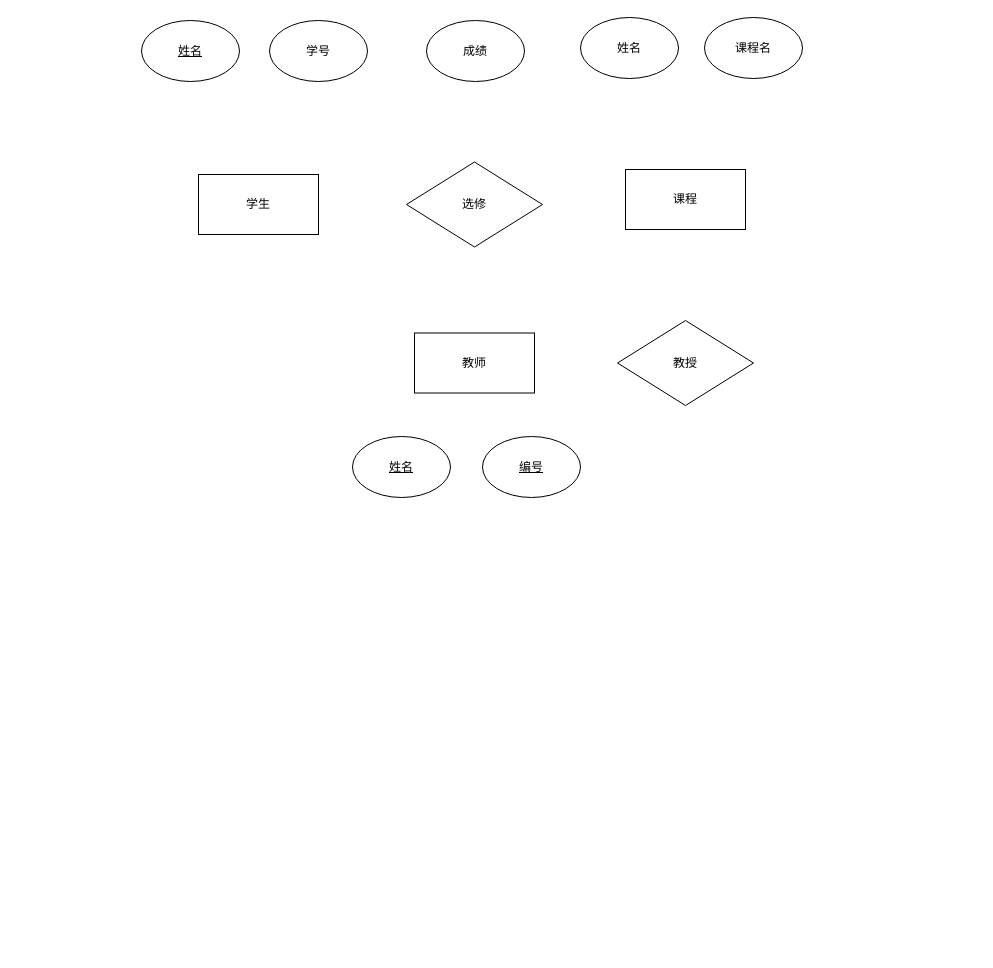
Above: page "第 6 页" (6 of 6) of UML练习.drawio in Li-cencen/UML (draw.io), before the change. Source tidied: cells renumbered, new cells numbered last; positions are measured from the earlier drawing's top-left corner, leaving out a move shared by most shapes. Both pictures are drawn from the tidied source at 100%, with x=0, y=0 at pixel (141, 17).
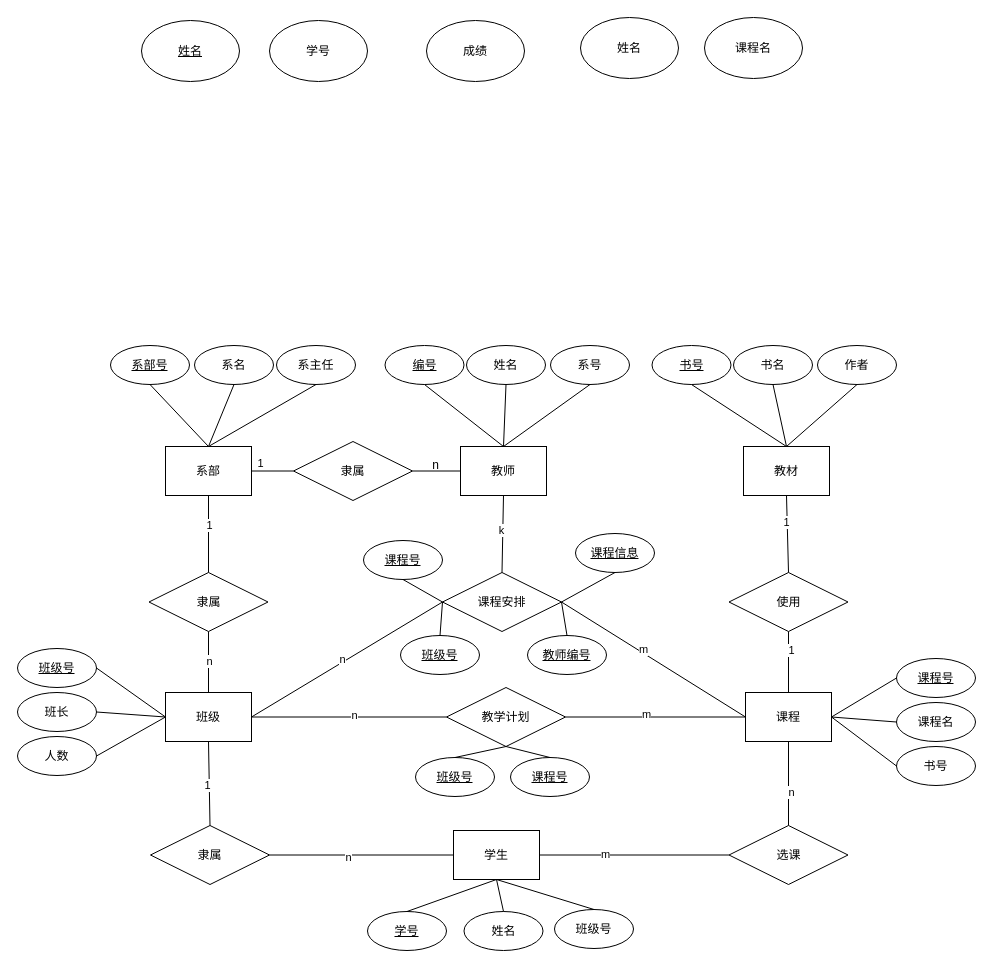
After the change.

Diff of the diagram source:
```diff
@@
-    <mxCell id="2" value="学生" style="rounded=0;whiteSpace=wrap;html=1;" parent="1" vertex="1">
-      <mxGeometry x="57" y="157" width="120" height="60" as="geometry" />
-    </mxCell>
-    <mxCell id="3" value="课程" style="rounded=0;whiteSpace=wrap;html=1;" parent="1" vertex="1">
-      <mxGeometry x="484" y="152" width="120" height="60" as="geometry" />
-    </mxCell>
-    <mxCell id="4" value="教师" style="rounded=0;whiteSpace=wrap;html=1;" parent="1" vertex="1">
-      <mxGeometry x="273" y="315.5" width="120" height="60" as="geometry" />
-    </mxCell>
-    <mxCell id="5" value="选修" style="rhombus;whiteSpace=wrap;html=1;" parent="1" vertex="1">
-      <mxGeometry x="265" y="144.5" width="136" height="85" as="geometry" />
-    </mxCell>
-    <mxCell id="6" value="教授" style="rhombus;whiteSpace=wrap;html=1;" parent="1" vertex="1">
-      <mxGeometry x="476" y="303" width="136" height="85" as="geometry" />
-    </mxCell>
@@
-    <mxCell id="12" value="&lt;u&gt;姓名&lt;/u&gt;" style="ellipse;whiteSpace=wrap;html=1;" parent="1" vertex="1">
-      <mxGeometry x="211" y="419" width="98" height="61" as="geometry" />
-    </mxCell>
+    <mxCell id="14" value="隶属" style="rhombus;whiteSpace=wrap;html=1;" parent="1" vertex="1">
+      <mxGeometry x="9" y="808" width="119" height="59" as="geometry" />
+    </mxCell>
+    <mxCell id="2" value="学生" style="rounded=0;whiteSpace=wrap;html=1;" parent="1" vertex="1">
+      <mxGeometry x="312" y="813" width="86" height="49" as="geometry" />
+    </mxCell>
+    <mxCell id="15" value="选课" style="rhombus;whiteSpace=wrap;html=1;" parent="1" vertex="1">
+      <mxGeometry x="587.5" y="808" width="119" height="59" as="geometry" />
+    </mxCell>
+    <mxCell id="16" value="教学计划" style="rhombus;whiteSpace=wrap;html=1;" parent="1" vertex="1">
+      <mxGeometry x="305" y="670" width="119" height="59" as="geometry" />
+    </mxCell>
+    <mxCell id="17" value="课程安排" style="rhombus;whiteSpace=wrap;html=1;" parent="1" vertex="1">
+      <mxGeometry x="301" y="555" width="119" height="59" as="geometry" />
+    </mxCell>
+    <mxCell id="4" value="教师" style="rounded=0;whiteSpace=wrap;html=1;" parent="1" vertex="1">
+      <mxGeometry x="319" y="429" width="86" height="49" as="geometry" />
+    </mxCell>
+    <mxCell id="18" value="隶属" style="rhombus;whiteSpace=wrap;html=1;" parent="1" vertex="1">
+      <mxGeometry x="152" y="424" width="119" height="59" as="geometry" />
+    </mxCell>
+    <mxCell id="19" value="系部" style="rounded=0;whiteSpace=wrap;html=1;" parent="1" vertex="1">
+      <mxGeometry x="24" y="429" width="86" height="49" as="geometry" />
+    </mxCell>
+    <mxCell id="20" value="隶属" style="rhombus;whiteSpace=wrap;html=1;" parent="1" vertex="1">
+      <mxGeometry x="7.5" y="555" width="119" height="59" as="geometry" />
+    </mxCell>
+    <mxCell id="21" value="班级" style="rounded=0;whiteSpace=wrap;html=1;" parent="1" vertex="1">
+      <mxGeometry x="24" y="675" width="86" height="49" as="geometry" />
+    </mxCell>
+    <mxCell id="22" value="教材" style="rounded=0;whiteSpace=wrap;html=1;" parent="1" vertex="1">
+      <mxGeometry x="602" y="429" width="86" height="49" as="geometry" />
+    </mxCell>
+    <mxCell id="23" value="使用" style="rhombus;whiteSpace=wrap;html=1;" parent="1" vertex="1">
+      <mxGeometry x="587.5" y="555" width="119" height="59" as="geometry" />
+    </mxCell>
+    <mxCell id="3" value="课程" style="rounded=0;whiteSpace=wrap;html=1;" parent="1" vertex="1">
+      <mxGeometry x="604" y="675" width="86" height="49" as="geometry" />
+    </mxCell>
+    <mxCell id="24" style="endArrow=none;html=1;rounded=0;entryX=0;entryY=0.5;entryDx=0;entryDy=0;exitX=1;exitY=0.5;exitDx=0;exitDy=0;" parent="1" edge="1" source="19" target="18">
+      <mxGeometry relative="1" as="geometry" />
+    </mxCell>
+    <mxCell id="25" value="1" style="edgeLabel;html=1;align=center;verticalAlign=middle;" parent="24" vertex="1">
+      <mxGeometry x="-0.33" y="2" relative="1" as="geometry">
+        <mxPoint x="-6" y="-6" as="offset" />
+      </mxGeometry>
+    </mxCell>
+    <mxCell id="26" style="endArrow=none;html=1;rounded=0;entryX=1;entryY=0.5;entryDx=0;entryDy=0;exitX=0;exitY=0.5;exitDx=0;exitDy=0;" parent="1" edge="1" source="4" target="18">
+      <mxGeometry relative="1" as="geometry" />
+    </mxCell>
+    <mxCell id="27" style="endArrow=none;html=1;rounded=0;entryX=0;entryY=0.5;entryDx=0;entryDy=0;exitX=1;exitY=0.5;exitDx=0;exitDy=0;" parent="1" edge="1" source="2" target="15">
+      <mxGeometry relative="1" as="geometry" />
+    </mxCell>
+    <mxCell id="28" value="m" style="edgeLabel;html=1;align=center;verticalAlign=middle;" parent="27" vertex="1">
+      <mxGeometry x="-0.31" y="1" relative="1" as="geometry" />
+    </mxCell>
+    <mxCell id="29" style="endArrow=none;html=1;rounded=0;entryX=0.5;entryY=1;entryDx=0;entryDy=0;exitX=0.5;exitY=0;exitDx=0;exitDy=0;" parent="1" edge="1" source="15" target="3">
+      <mxGeometry relative="1" as="geometry" />
+    </mxCell>
+    <mxCell id="30" value="n" style="edgeLabel;html=1;align=center;verticalAlign=middle;" parent="29" vertex="1">
+      <mxGeometry x="-0.2" y="-2" relative="1" as="geometry" />
+    </mxCell>
+    <mxCell id="31" style="endArrow=none;html=1;rounded=0;entryX=0.5;entryY=1;entryDx=0;entryDy=0;exitX=0.5;exitY=0;exitDx=0;exitDy=0;" parent="1" edge="1" source="3" target="23">
+      <mxGeometry relative="1" as="geometry" />
+    </mxCell>
+    <mxCell id="32" value="1" style="edgeLabel;html=1;align=center;verticalAlign=middle;" parent="31" vertex="1">
+      <mxGeometry x="0.4" y="-2" relative="1" as="geometry" />
+    </mxCell>
+    <mxCell id="33" style="endArrow=none;html=1;rounded=0;entryX=0.5;entryY=1;entryDx=0;entryDy=0;exitX=0.5;exitY=0;exitDx=0;exitDy=0;" parent="1" edge="1" source="23" target="22">
+      <mxGeometry relative="1" as="geometry" />
+    </mxCell>
+    <mxCell id="34" value="1" style="edgeLabel;html=1;align=center;verticalAlign=middle;" parent="33" vertex="1">
+      <mxGeometry x="0.32" y="1" relative="1" as="geometry" />
+    </mxCell>
+    <mxCell id="35" style="endArrow=none;html=1;rounded=0;entryX=0.5;entryY=1;entryDx=0;entryDy=0;exitX=0.5;exitY=0;exitDx=0;exitDy=0;" parent="1" edge="1" source="17" target="4">
+      <mxGeometry relative="1" as="geometry" />
+    </mxCell>
+    <mxCell id="36" value="k" style="edgeLabel;html=1;align=center;verticalAlign=middle;" parent="35" vertex="1">
+      <mxGeometry x="0.08" y="2" relative="1" as="geometry" />
+    </mxCell>
+    <mxCell id="37" style="endArrow=none;html=1;rounded=0;entryX=0;entryY=0.5;entryDx=0;entryDy=0;exitX=1;exitY=0.5;exitDx=0;exitDy=0;" parent="1" edge="1" source="21" target="17">
+      <mxGeometry relative="1" as="geometry" />
+    </mxCell>
+    <mxCell id="38" value="n" style="edgeLabel;html=1;align=center;verticalAlign=middle;" parent="37" vertex="1">
+      <mxGeometry x="-0.04" y="3" relative="1" as="geometry" />
+    </mxCell>
+    <mxCell id="39" style="endArrow=none;html=1;rounded=0;entryX=0;entryY=0.5;entryDx=0;entryDy=0;exitX=1;exitY=0.5;exitDx=0;exitDy=0;" parent="1" edge="1" source="17" target="3">
+      <mxGeometry relative="1" as="geometry" />
+    </mxCell>
+    <mxCell id="40" value="m" style="edgeLabel;html=1;align=center;verticalAlign=middle;" parent="39" vertex="1">
+      <mxGeometry x="-0.13" y="3" relative="1" as="geometry" />
+    </mxCell>
+    <mxCell id="41" style="endArrow=none;html=1;rounded=0;entryX=0;entryY=0.5;entryDx=0;entryDy=0;exitX=1;exitY=0.5;exitDx=0;exitDy=0;" parent="1" edge="1" source="16" target="3">
+      <mxGeometry relative="1" as="geometry" />
+    </mxCell>
+    <mxCell id="42" value="m" style="edgeLabel;html=1;align=center;verticalAlign=middle;" parent="41" vertex="1">
+      <mxGeometry x="-0.11" y="3" relative="1" as="geometry" />
+    </mxCell>
+    <mxCell id="43" style="endArrow=none;html=1;rounded=0;entryX=0.5;entryY=1;entryDx=0;entryDy=0;exitX=0.5;exitY=0;exitDx=0;exitDy=0;" parent="1" edge="1" source="21" target="20">
+      <mxGeometry relative="1" as="geometry" />
+    </mxCell>
+    <mxCell id="44" value="n" style="edgeLabel;html=1;align=center;verticalAlign=middle;" parent="43" vertex="1">
+      <mxGeometry x="0.04" relative="1" as="geometry" />
+    </mxCell>
+    <mxCell id="45" style="endArrow=none;html=1;rounded=0;entryX=0.5;entryY=1;entryDx=0;entryDy=0;exitX=0.5;exitY=0;exitDx=0;exitDy=0;" parent="1" edge="1" source="14" target="21">
+      <mxGeometry relative="1" as="geometry" />
+    </mxCell>
+    <mxCell id="46" value="1" style="edgeLabel;html=1;align=center;verticalAlign=middle;" parent="45" vertex="1">
+      <mxGeometry x="-0.03" y="2" relative="1" as="geometry" />
+    </mxCell>
+    <mxCell id="47" style="endArrow=none;html=1;rounded=0;entryX=0;entryY=0.5;entryDx=0;entryDy=0;exitX=1;exitY=0.5;exitDx=0;exitDy=0;" parent="1" edge="1" source="21" target="16">
+      <mxGeometry relative="1" as="geometry" />
+    </mxCell>
+    <mxCell id="48" value="n" style="edgeLabel;html=1;align=center;verticalAlign=middle;" parent="47" vertex="1">
+      <mxGeometry x="0.05" y="2" relative="1" as="geometry" />
+    </mxCell>
+    <mxCell id="49" style="endArrow=none;html=1;rounded=0;entryX=0;entryY=0.5;entryDx=0;entryDy=0;exitX=1;exitY=0.5;exitDx=0;exitDy=0;" parent="1" edge="1" source="14" target="2">
+      <mxGeometry relative="1" as="geometry" />
+    </mxCell>
+    <mxCell id="50" value="n" style="edgeLabel;html=1;align=center;verticalAlign=middle;" parent="49" vertex="1">
+      <mxGeometry x="-0.15" y="-2" relative="1" as="geometry" />
+    </mxCell>
+    <mxCell id="51" style="endArrow=none;html=1;rounded=0;entryX=0.5;entryY=1;entryDx=0;entryDy=0;exitX=0.5;exitY=0;exitDx=0;exitDy=0;" parent="1" edge="1" source="20" target="19">
+      <mxGeometry relative="1" as="geometry" />
+    </mxCell>
+    <mxCell id="52" value="1" style="edgeLabel;html=1;align=center;verticalAlign=middle;" parent="51" vertex="1">
+      <mxGeometry x="0.24" relative="1" as="geometry" />
+    </mxCell>
+    <mxCell id="53" value="&lt;u&gt;学号&lt;/u&gt;" style="ellipse;whiteSpace=wrap;html=1;" parent="1" vertex="1">
+      <mxGeometry x="226" y="894" width="79" height="39" as="geometry" />
+    </mxCell>
+    <mxCell id="54" value="姓名" style="ellipse;whiteSpace=wrap;html=1;" parent="1" vertex="1">
+      <mxGeometry x="322.5" y="894" width="79" height="39" as="geometry" />
+    </mxCell>
+    <mxCell id="55" value="班级号" style="ellipse;whiteSpace=wrap;html=1;" parent="1" vertex="1">
+      <mxGeometry x="413" y="892" width="79" height="39" as="geometry" />
+    </mxCell>
+    <mxCell id="56" style="endArrow=none;html=1;rounded=0;entryX=0.5;entryY=1;entryDx=0;entryDy=0;exitX=0.5;exitY=0;exitDx=0;exitDy=0;" parent="1" edge="1" source="54" target="2">
+      <mxGeometry relative="1" as="geometry" />
+    </mxCell>
+    <mxCell id="57" style="endArrow=none;html=1;rounded=0;entryX=0.5;entryY=1;entryDx=0;entryDy=0;exitX=0.5;exitY=0;exitDx=0;exitDy=0;" parent="1" edge="1" source="53" target="2">
+      <mxGeometry relative="1" as="geometry" />
+    </mxCell>
+    <mxCell id="58" style="endArrow=none;html=1;rounded=0;entryX=0.5;entryY=1;entryDx=0;entryDy=0;exitX=0.5;exitY=0;exitDx=0;exitDy=0;" parent="1" edge="1" source="55" target="2">
+      <mxGeometry relative="1" as="geometry" />
+    </mxCell>
     <mxCell id="13" value="&lt;u&gt;编号&lt;/u&gt;" style="ellipse;whiteSpace=wrap;html=1;" parent="1" vertex="1">
-      <mxGeometry x="341" y="419" width="98" height="61" as="geometry" />
+      <mxGeometry x="243.5" y="328" width="79" height="39" as="geometry" />
     </mxCell>
+    <mxCell id="59" value="姓名" style="ellipse;whiteSpace=wrap;html=1;" parent="1" vertex="1">
+      <mxGeometry x="325" y="328" width="79" height="39" as="geometry" />
+    </mxCell>
+    <mxCell id="60" value="系号" style="ellipse;whiteSpace=wrap;html=1;" parent="1" vertex="1">
+      <mxGeometry x="409" y="328" width="79" height="39" as="geometry" />
+    </mxCell>
+    <mxCell id="61" style="endArrow=none;html=1;rounded=0;entryX=0.5;entryY=0;entryDx=0;entryDy=0;exitX=0.5;exitY=1;exitDx=0;exitDy=0;" parent="1" edge="1" source="13" target="4">
+      <mxGeometry relative="1" as="geometry" />
+    </mxCell>
+    <mxCell id="62" style="endArrow=none;html=1;rounded=0;entryX=0.5;entryY=0;entryDx=0;entryDy=0;exitX=0.5;exitY=1;exitDx=0;exitDy=0;" parent="1" edge="1" source="59" target="4">
+      <mxGeometry relative="1" as="geometry" />
+    </mxCell>
+    <mxCell id="63" style="endArrow=none;html=1;rounded=0;entryX=0.5;entryY=0;entryDx=0;entryDy=0;exitX=0.5;exitY=1;exitDx=0;exitDy=0;" parent="1" edge="1" source="60" target="4">
+      <mxGeometry relative="1" as="geometry" />
+    </mxCell>
+    <mxCell id="64" value="&lt;u&gt;系部号&lt;/u&gt;" style="ellipse;whiteSpace=wrap;html=1;" parent="1" vertex="1">
+      <mxGeometry x="-31" y="328" width="79" height="39" as="geometry" />
+    </mxCell>
+    <mxCell id="65" value="系名" style="ellipse;whiteSpace=wrap;html=1;" parent="1" vertex="1">
+      <mxGeometry x="53" y="328" width="79" height="39" as="geometry" />
+    </mxCell>
+    <mxCell id="66" value="系主任" style="ellipse;whiteSpace=wrap;html=1;" parent="1" vertex="1">
+      <mxGeometry x="135" y="328" width="79" height="39" as="geometry" />
+    </mxCell>
+    <mxCell id="67" style="endArrow=none;html=1;rounded=0;entryX=0.5;entryY=1;entryDx=0;entryDy=0;exitX=0.5;exitY=0;exitDx=0;exitDy=0;" parent="1" edge="1" source="19" target="64">
+      <mxGeometry relative="1" as="geometry" />
+    </mxCell>
+    <mxCell id="68" style="endArrow=none;html=1;rounded=0;entryX=0.5;entryY=1;entryDx=0;entryDy=0;exitX=0.5;exitY=0;exitDx=0;exitDy=0;" parent="1" edge="1" source="19" target="65">
+      <mxGeometry relative="1" as="geometry" />
+    </mxCell>
+    <mxCell id="69" style="endArrow=none;html=1;rounded=0;entryX=0.5;entryY=1;entryDx=0;entryDy=0;exitX=0.5;exitY=0;exitDx=0;exitDy=0;" parent="1" edge="1" source="19" target="66">
+      <mxGeometry relative="1" as="geometry" />
+    </mxCell>
+    <mxCell id="70" value="&lt;u&gt;班级号&lt;/u&gt;" style="ellipse;whiteSpace=wrap;html=1;" parent="1" vertex="1">
+      <mxGeometry x="-124" y="631" width="79" height="39" as="geometry" />
+    </mxCell>
+    <mxCell id="71" value="班长" style="ellipse;whiteSpace=wrap;html=1;" parent="1" vertex="1">
+      <mxGeometry x="-124" y="675" width="79" height="39" as="geometry" />
+    </mxCell>
+    <mxCell id="72" value="人数" style="ellipse;whiteSpace=wrap;html=1;" parent="1" vertex="1">
+      <mxGeometry x="-124" y="719" width="79" height="39" as="geometry" />
+    </mxCell>
+    <mxCell id="73" style="endArrow=none;html=1;rounded=0;entryX=1;entryY=0.5;entryDx=0;entryDy=0;exitX=0;exitY=0.5;exitDx=0;exitDy=0;" parent="1" edge="1" source="21" target="71">
+      <mxGeometry relative="1" as="geometry" />
+    </mxCell>
+    <mxCell id="74" style="endArrow=none;html=1;rounded=0;entryX=1;entryY=0.5;entryDx=0;entryDy=0;exitX=0;exitY=0.5;exitDx=0;exitDy=0;" parent="1" edge="1" source="21" target="70">
+      <mxGeometry relative="1" as="geometry" />
+    </mxCell>
+    <mxCell id="75" style="endArrow=none;html=1;rounded=0;entryX=1;entryY=0.5;entryDx=0;entryDy=0;exitX=0;exitY=0.5;exitDx=0;exitDy=0;" parent="1" edge="1" source="21" target="72">
+      <mxGeometry relative="1" as="geometry" />
+    </mxCell>
+    <mxCell id="76" value="&lt;u&gt;课程号&lt;/u&gt;" style="ellipse;whiteSpace=wrap;html=1;" parent="1" vertex="1">
+      <mxGeometry x="755" y="641" width="79" height="39" as="geometry" />
+    </mxCell>
+    <mxCell id="77" value="课程名" style="ellipse;whiteSpace=wrap;html=1;" parent="1" vertex="1">
+      <mxGeometry x="755" y="685" width="79" height="39" as="geometry" />
+    </mxCell>
+    <mxCell id="78" value="书号" style="ellipse;whiteSpace=wrap;html=1;" parent="1" vertex="1">
+      <mxGeometry x="755" y="729" width="79" height="39" as="geometry" />
+    </mxCell>
+    <mxCell id="79" value="&lt;u&gt;书号&lt;/u&gt;" style="ellipse;whiteSpace=wrap;html=1;" parent="1" vertex="1">
+      <mxGeometry x="510.5" y="328" width="79" height="39" as="geometry" />
+    </mxCell>
+    <mxCell id="80" value="书名" style="ellipse;whiteSpace=wrap;html=1;" parent="1" vertex="1">
+      <mxGeometry x="592" y="328" width="79" height="39" as="geometry" />
+    </mxCell>
+    <mxCell id="81" value="作者" style="ellipse;whiteSpace=wrap;html=1;" parent="1" vertex="1">
+      <mxGeometry x="676" y="328" width="79" height="39" as="geometry" />
+    </mxCell>
+    <mxCell id="82" value="&lt;u&gt;班级号&lt;/u&gt;" style="ellipse;whiteSpace=wrap;html=1;" parent="1" vertex="1">
+      <mxGeometry x="274" y="740" width="79" height="39" as="geometry" />
+    </mxCell>
+    <mxCell id="83" value="&lt;u&gt;课程号&lt;/u&gt;" style="ellipse;whiteSpace=wrap;html=1;" parent="1" vertex="1">
+      <mxGeometry x="369" y="740" width="79" height="39" as="geometry" />
+    </mxCell>
+    <mxCell id="84" value="n" style="text;html=1;align=center;verticalAlign=middle;strokeColor=none;fillColor=none;" parent="1" vertex="1">
+      <mxGeometry x="281" y="435" width="25" height="26" as="geometry" />
+    </mxCell>
+    <mxCell id="85" style="endArrow=none;html=1;rounded=0;entryX=0.5;entryY=1;entryDx=0;entryDy=0;exitX=0.5;exitY=0;exitDx=0;exitDy=0;" parent="1" edge="1" source="82" target="16">
+      <mxGeometry relative="1" as="geometry" />
+    </mxCell>
+    <mxCell id="86" style="endArrow=none;html=1;rounded=0;entryX=0.5;entryY=1;entryDx=0;entryDy=0;exitX=0.5;exitY=0;exitDx=0;exitDy=0;" parent="1" edge="1" source="83" target="16">
+      <mxGeometry relative="1" as="geometry" />
+    </mxCell>
+    <mxCell id="87" style="endArrow=none;html=1;rounded=0;entryX=0;entryY=0.5;entryDx=0;entryDy=0;exitX=1;exitY=0.5;exitDx=0;exitDy=0;" parent="1" edge="1" source="3" target="76">
+      <mxGeometry relative="1" as="geometry" />
+    </mxCell>
+    <mxCell id="88" style="endArrow=none;html=1;rounded=0;entryX=0;entryY=0.5;entryDx=0;entryDy=0;exitX=1;exitY=0.5;exitDx=0;exitDy=0;" parent="1" edge="1" source="3" target="77">
+      <mxGeometry relative="1" as="geometry" />
+    </mxCell>
+    <mxCell id="89" style="endArrow=none;html=1;rounded=0;entryX=0;entryY=0.5;entryDx=0;entryDy=0;exitX=1;exitY=0.5;exitDx=0;exitDy=0;" parent="1" edge="1" source="3" target="78">
+      <mxGeometry relative="1" as="geometry" />
+    </mxCell>
+    <mxCell id="90" style="endArrow=none;html=1;rounded=0;entryX=0.5;entryY=1;entryDx=0;entryDy=0;exitX=0.5;exitY=0;exitDx=0;exitDy=0;" parent="1" edge="1" source="22" target="79">
+      <mxGeometry relative="1" as="geometry" />
+    </mxCell>
+    <mxCell id="91" style="endArrow=none;html=1;rounded=0;entryX=0.5;entryY=1;entryDx=0;entryDy=0;exitX=0.5;exitY=0;exitDx=0;exitDy=0;" parent="1" edge="1" source="22" target="80">
+      <mxGeometry relative="1" as="geometry" />
+    </mxCell>
+    <mxCell id="92" style="endArrow=none;html=1;rounded=0;entryX=0.5;entryY=1;entryDx=0;entryDy=0;exitX=0.5;exitY=0;exitDx=0;exitDy=0;" parent="1" edge="1" source="22" target="81">
+      <mxGeometry relative="1" as="geometry" />
+    </mxCell>
+    <mxCell id="93" value="&lt;u&gt;班级号&lt;/u&gt;" style="ellipse;whiteSpace=wrap;html=1;" parent="1" vertex="1">
+      <mxGeometry x="259" y="618" width="79" height="39" as="geometry" />
+    </mxCell>
+    <mxCell id="94" value="&lt;u&gt;教师编号&lt;/u&gt;" style="ellipse;whiteSpace=wrap;html=1;" parent="1" vertex="1">
+      <mxGeometry x="386" y="618" width="79" height="39" as="geometry" />
+    </mxCell>
+    <mxCell id="95" value="&lt;u&gt;课程号&lt;/u&gt;" style="ellipse;whiteSpace=wrap;html=1;" parent="1" vertex="1">
+      <mxGeometry x="222" y="523" width="79" height="39" as="geometry" />
+    </mxCell>
+    <mxCell id="96" value="&lt;u&gt;课程信息&lt;/u&gt;" style="ellipse;whiteSpace=wrap;html=1;" parent="1" vertex="1">
+      <mxGeometry x="434" y="516" width="79" height="39" as="geometry" />
+    </mxCell>
+    <mxCell id="97" style="endArrow=none;html=1;rounded=0;entryX=0.5;entryY=1;entryDx=0;entryDy=0;exitX=1;exitY=0.5;exitDx=0;exitDy=0;" parent="1" edge="1" source="17" target="96">
+      <mxGeometry relative="1" as="geometry" />
+    </mxCell>
+    <mxCell id="98" style="endArrow=none;html=1;rounded=0;entryX=1;entryY=0.5;entryDx=0;entryDy=0;exitX=0.5;exitY=0;exitDx=0;exitDy=0;" parent="1" edge="1" source="94" target="17">
+      <mxGeometry relative="1" as="geometry" />
+    </mxCell>
+    <mxCell id="99" style="endArrow=none;html=1;rounded=0;entryX=0.5;entryY=1;entryDx=0;entryDy=0;exitX=0;exitY=0.5;exitDx=0;exitDy=0;" parent="1" edge="1" source="17" target="95">
+      <mxGeometry relative="1" as="geometry" />
+    </mxCell>
+    <mxCell id="100" style="endArrow=none;html=1;rounded=0;entryX=0;entryY=0.5;entryDx=0;entryDy=0;exitX=0.5;exitY=0;exitDx=0;exitDy=0;" parent="1" edge="1" source="93" target="17">
+      <mxGeometry relative="1" as="geometry" />
+    </mxCell>
```
